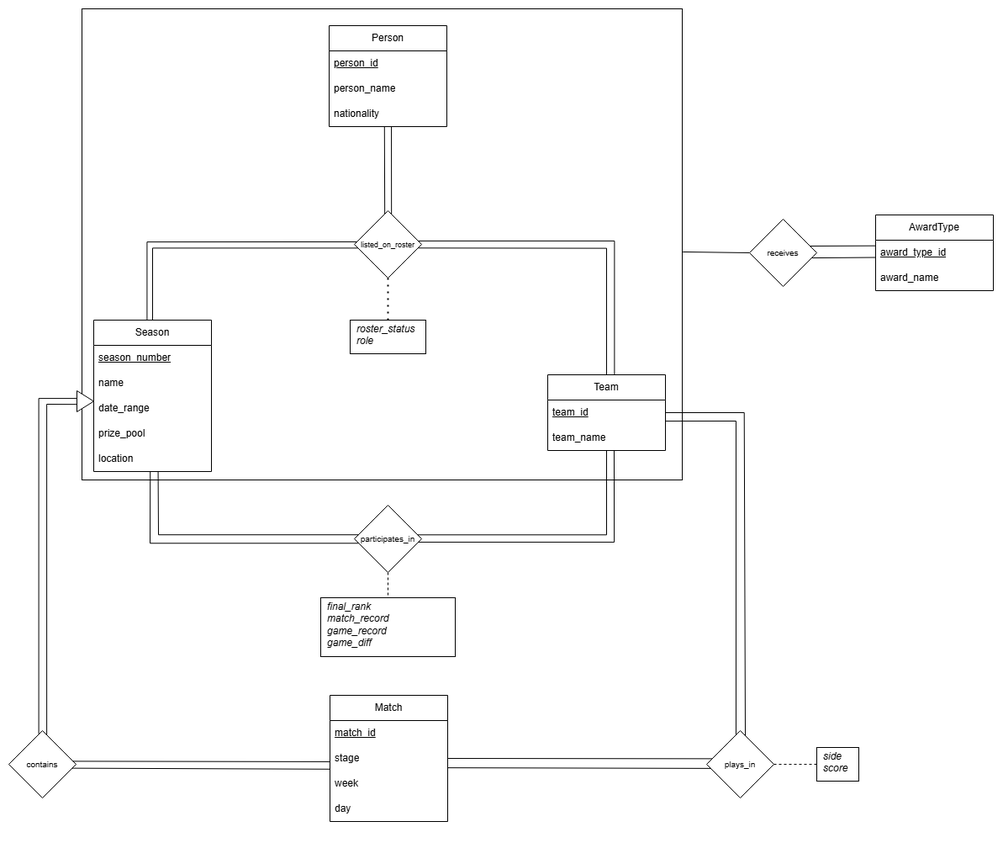
Above: Data Storing/design/MPL Database-ERD.png in fawwazazam/TUGAS_SELEKSI_1_13524070 (draw.io), before the change. Source tidied: cells renumbered, new cells last; positions are measured from the earlier drawing's top-left corner, leaving out a move shared by most shapes.
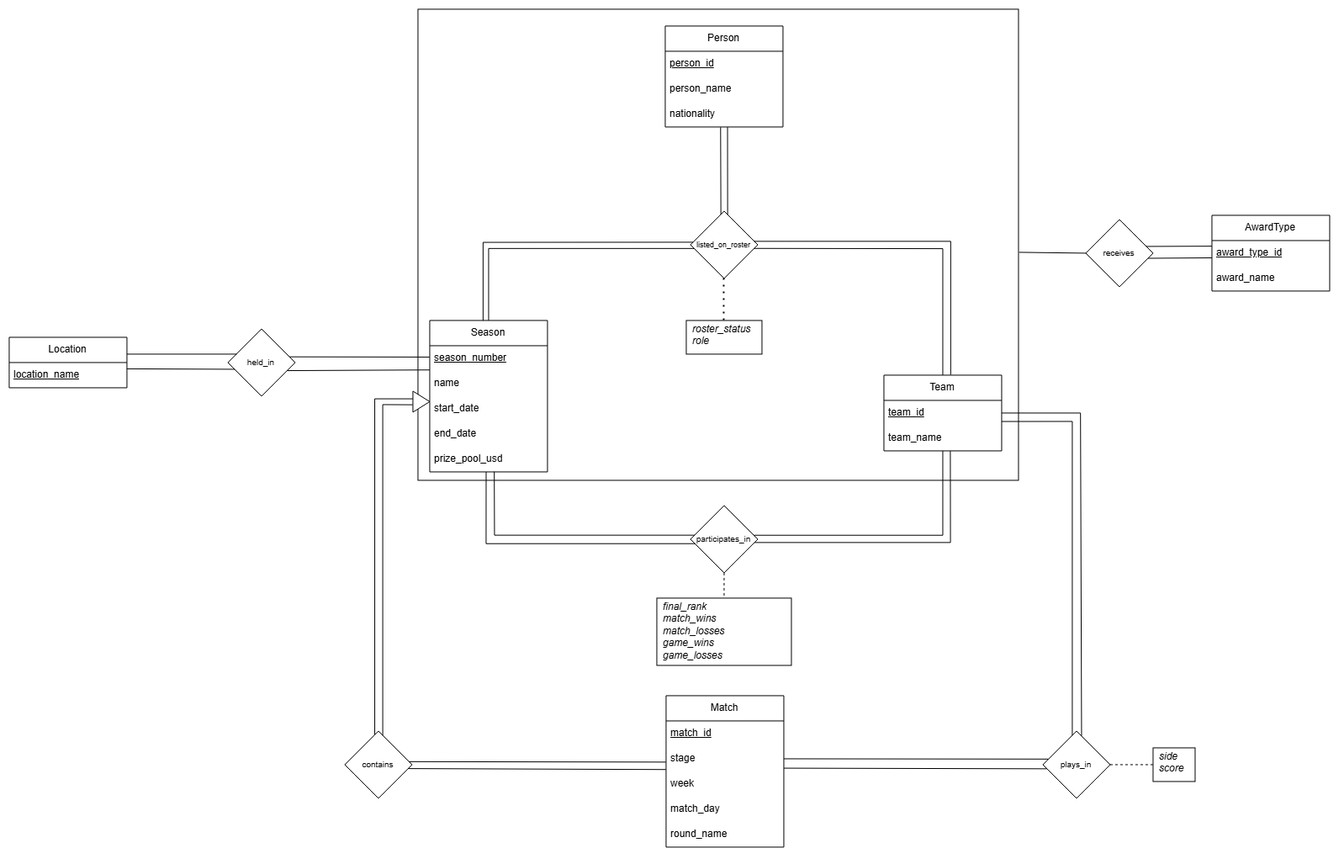
After the commit.

Commit message:
fix: fix ER and relational model diagram

The edit, as a diff of the source:
```diff
@@ -12,7 +12,7 @@
       <mxGeometry x="10" y="10" width="140" height="180" as="geometry" />
     </mxCell>
     <mxCell id="5" value="Match" style="swimlane;fontStyle=0;horizontal=1;startSize=30;whiteSpace=wrap;html=1;" parent="4" vertex="1">
-      <mxGeometry width="140" height="150" as="geometry" />
+      <mxGeometry width="140" height="180" as="geometry" />
     </mxCell>
     <mxCell id="6" value="&lt;u&gt;match_id&lt;/u&gt;" style="text;strokeColor=none;fillColor=none;align=left;verticalAlign=middle;spacingLeft=4;spacingRight=4;overflow=hidden;whiteSpace=wrap;html=1;" parent="5" vertex="1">
       <mxGeometry y="30" width="140" height="30" as="geometry" />
@@ -23,9 +23,12 @@
     <mxCell id="8" value="week" style="text;strokeColor=none;fillColor=none;align=left;verticalAlign=middle;spacingLeft=4;spacingRight=4;overflow=hidden;whiteSpace=wrap;html=1;" parent="5" vertex="1">
       <mxGeometry y="90" width="140" height="30" as="geometry" />
     </mxCell>
-    <mxCell id="9" value="day" style="text;strokeColor=none;fillColor=none;align=left;verticalAlign=middle;spacingLeft=4;spacingRight=4;overflow=hidden;whiteSpace=wrap;html=1;" parent="5" vertex="1">
+    <mxCell id="9" value="match_day" style="text;strokeColor=none;fillColor=none;align=left;verticalAlign=middle;spacingLeft=4;spacingRight=4;overflow=hidden;whiteSpace=wrap;html=1;" parent="5" vertex="1">
       <mxGeometry y="120" width="140" height="30" as="geometry" />
     </mxCell>
+    <mxCell id="59" value="round_name" style="text;strokeColor=none;fillColor=none;align=left;verticalAlign=middle;spacingLeft=4;spacingRight=4;overflow=hidden;whiteSpace=wrap;html=1;" parent="5" vertex="1">
+      <mxGeometry y="150" width="140" height="30" as="geometry" />
+    </mxCell>
     <mxCell id="10" value="AwardType" style="swimlane;fontStyle=0;horizontal=1;startSize=30;whiteSpace=wrap;html=1;" parent="1" vertex="1">
       <mxGeometry x="1031" y="245" width="140" height="90" as="geometry" />
     </mxCell>
@@ -50,7 +53,7 @@
     <mxCell id="17" value="&lt;font style=&quot;font-size: 10px;&quot;&gt;plays_in&lt;/font&gt;" style="rhombus;whiteSpace=wrap;html=1;align=center;" parent="1" vertex="1">
       <mxGeometry x="830" y="858" width="80" height="80" as="geometry" />
     </mxCell>
-    <mxCell id="18" style="endArrow=none;html=1;rounded=0;exitX=1;exitY=0.5;exitDx=0;exitDy=0;entryX=0.08;entryY=0.417;entryDx=0;entryDy=0;entryPerimeter=0;" parent="1" edge="1" source="5" target="17">
+    <mxCell id="18" style="endArrow=none;html=1;rounded=0;exitX=1;exitY=0.5;exitDx=0;exitDy=0;entryX=0.08;entryY=0.417;entryDx=0;entryDy=0;entryPerimeter=0;" parent="1" edge="1" source="7" target="17">
       <mxGeometry relative="1" as="geometry" />
     </mxCell>
     <mxCell id="19" style="endArrow=none;html=1;rounded=0;exitX=1;exitY=0.871;exitDx=0;exitDy=0;exitPerimeter=0;entryX=0.059;entryY=0.561;entryDx=0;entryDy=0;entryPerimeter=0;" parent="1" edge="1" source="7" target="17">
@@ -74,15 +77,15 @@
     <mxCell id="25" value="name" style="text;strokeColor=none;fillColor=none;align=left;verticalAlign=middle;spacingLeft=4;spacingRight=4;overflow=hidden;whiteSpace=wrap;html=1;" parent="23" vertex="1">
       <mxGeometry y="60" width="140" height="30" as="geometry" />
     </mxCell>
-    <mxCell id="26" value="date_range" style="text;strokeColor=none;fillColor=none;align=left;verticalAlign=middle;spacingLeft=4;spacingRight=4;overflow=hidden;whiteSpace=wrap;html=1;" parent="23" vertex="1">
+    <mxCell id="26" value="start_date" style="text;strokeColor=none;fillColor=none;align=left;verticalAlign=middle;spacingLeft=4;spacingRight=4;overflow=hidden;whiteSpace=wrap;html=1;" parent="23" vertex="1">
       <mxGeometry y="90" width="140" height="30" as="geometry" />
     </mxCell>
-    <mxCell id="27" value="prize_pool" style="text;strokeColor=none;fillColor=none;align=left;verticalAlign=middle;spacingLeft=4;spacingRight=4;overflow=hidden;whiteSpace=wrap;html=1;" parent="23" vertex="1">
-      <mxGeometry y="120" width="140" height="30" as="geometry" />
-    </mxCell>
-    <mxCell id="28" value="location" style="text;strokeColor=none;fillColor=none;align=left;verticalAlign=middle;spacingLeft=4;spacingRight=4;overflow=hidden;points=[[0,0.5],[1,0.5]];portConstraint=eastwest;whiteSpace=wrap;html=1;" parent="23" vertex="1">
-      <mxGeometry y="150" width="140" height="30" as="geometry" />
+    <mxCell id="28" value="end_date" style="text;strokeColor=none;fillColor=none;align=left;verticalAlign=middle;spacingLeft=4;spacingRight=4;overflow=hidden;points=[[0,0.5],[1,0.5]];portConstraint=eastwest;whiteSpace=wrap;html=1;" parent="23" vertex="1">
+      <mxGeometry y="120" width="140" height="30" as="geometry" />
     </mxCell>
+    <mxCell id="60" value="prize_pool_usd" style="text;strokeColor=none;fillColor=none;align=left;verticalAlign=middle;spacingLeft=4;spacingRight=4;overflow=hidden;points=[[0,0.5],[1,0.5]];portConstraint=eastwest;whiteSpace=wrap;html=1;" parent="23" vertex="1">
+      <mxGeometry y="150" width="140" height="30" as="geometry" />
+    </mxCell>
     <mxCell id="29" value="Team" style="swimlane;fontStyle=0;horizontal=1;startSize=30;whiteSpace=wrap;html=1;" parent="1" vertex="1">
       <mxGeometry x="641" y="435" width="140" height="90" as="geometry" />
     </mxCell>
@@ -104,13 +107,13 @@
     <mxCell id="35" value="nationality" style="text;strokeColor=none;fillColor=none;align=left;verticalAlign=middle;spacingLeft=4;spacingRight=4;overflow=hidden;points=[[0,0.5],[1,0.5]];portConstraint=eastwest;whiteSpace=wrap;html=1;" parent="32" vertex="1">
       <mxGeometry y="90" width="140" height="30" as="geometry" />
     </mxCell>
-    <mxCell id="36" value="&lt;p style=&quot;margin: 4px 0px 0px;&quot;&gt;&lt;/p&gt;&lt;p style=&quot;text-align: left; margin: 0px 0px 0px 8px;&quot;&gt;&lt;i&gt;final_rank&lt;/i&gt;&lt;/p&gt;&lt;p style=&quot;text-align: left; margin: 0px 0px 0px 8px;&quot;&gt;&lt;i&gt;match_record&lt;/i&gt;&lt;/p&gt;&lt;p style=&quot;text-align: left; margin: 0px 0px 0px 8px;&quot;&gt;&lt;i&gt;game_record&lt;/i&gt;&lt;/p&gt;&lt;p style=&quot;text-align: left; margin: 0px 0px 0px 8px;&quot;&gt;&lt;i&gt;game_diff&lt;/i&gt;&lt;/p&gt;" style="verticalAlign=top;align=center;overflow=fill;html=1;whiteSpace=wrap;" parent="1" vertex="1">
-      <mxGeometry x="371" y="700" width="160" height="70" as="geometry" />
+    <mxCell id="36" value="&lt;p style=&quot;margin: 4px 0px 0px;&quot;&gt;&lt;/p&gt;&lt;p style=&quot;text-align: left; margin: 0px 0px 0px 8px;&quot;&gt;&lt;i&gt;final_rank&lt;/i&gt;&lt;/p&gt;&lt;p style=&quot;text-align: left; margin: 0px 0px 0px 8px;&quot;&gt;&lt;i&gt;match_wins&lt;/i&gt;&lt;/p&gt;&lt;p style=&quot;text-align: left; margin: 0px 0px 0px 8px;&quot;&gt;&lt;i&gt;match_losses&lt;/i&gt;&lt;/p&gt;&lt;p style=&quot;text-align: left; margin: 0px 0px 0px 8px;&quot;&gt;&lt;i&gt;game_wins&lt;/i&gt;&lt;/p&gt;&lt;p style=&quot;text-align: left; margin: 0px 0px 0px 8px;&quot;&gt;&lt;i&gt;game_losses&lt;/i&gt;&lt;/p&gt;" style="verticalAlign=top;align=center;overflow=fill;html=1;whiteSpace=wrap;" parent="1" vertex="1">
+      <mxGeometry x="371" y="700" width="160" height="80" as="geometry" />
     </mxCell>
     <mxCell id="37" value="&lt;font style=&quot;font-size: 10px;&quot;&gt;participates_in&lt;/font&gt;" style="rhombus;whiteSpace=wrap;html=1;align=center;" parent="1" vertex="1">
       <mxGeometry x="411" y="590" width="80" height="80" as="geometry" />
     </mxCell>
-    <mxCell id="38" style="endArrow=none;html=1;rounded=0;entryX=0.062;entryY=0.44;entryDx=0;entryDy=0;entryPerimeter=0;exitX=0.547;exitY=1.013;exitDx=0;exitDy=0;exitPerimeter=0;" parent="1" edge="1" source="28" target="37">
+    <mxCell id="38" style="endArrow=none;html=1;rounded=0;entryX=0.062;entryY=0.44;entryDx=0;entryDy=0;entryPerimeter=0;exitX=0.548;exitY=0.991;exitDx=0;exitDy=0;exitPerimeter=0;" parent="1" edge="1" source="60" target="37">
       <mxGeometry relative="1" as="geometry">
         <Array as="points">
           <mxPoint x="178" y="625.2" />
@@ -120,7 +123,7 @@
     <mxCell id="39" style="endArrow=none;dashed=1;html=1;rounded=0;exitX=0.5;exitY=1;exitDx=0;exitDy=0;entryX=0.5;entryY=0;entryDx=0;entryDy=0;" parent="1" edge="1" source="37" target="36">
       <mxGeometry relative="1" as="geometry" />
     </mxCell>
-    <mxCell id="40" style="endArrow=none;html=1;rounded=0;entryX=0.063;entryY=0.566;entryDx=0;entryDy=0;entryPerimeter=0;exitX=0.48;exitY=0.999;exitDx=0;exitDy=0;exitPerimeter=0;" parent="1" edge="1" source="28" target="37">
+    <mxCell id="40" style="endArrow=none;html=1;rounded=0;entryX=0.063;entryY=0.566;entryDx=0;entryDy=0;entryPerimeter=0;exitX=0.479;exitY=1;exitDx=0;exitDy=0;exitPerimeter=0;" parent="1" edge="1" source="60" target="37">
       <mxGeometry relative="1" as="geometry">
         <Array as="points">
           <mxPoint x="168" y="635.3" />
@@ -221,5 +224,30 @@
         </Array>
       </mxGeometry>
     </mxCell>
+    <mxCell id="61" value="Location" style="swimlane;fontStyle=0;horizontal=1;startSize=30;whiteSpace=wrap;html=1;" parent="1" vertex="1">
+      <mxGeometry x="-399" y="390" width="140" height="60" as="geometry" />
+    </mxCell>
+    <mxCell id="62" value="&lt;u&gt;location_name&lt;/u&gt;" style="text;strokeColor=none;fillColor=none;align=left;verticalAlign=middle;spacingLeft=4;spacingRight=4;overflow=hidden;points=[[0,0.5],[1,0.5]];portConstraint=eastwest;whiteSpace=wrap;html=1;" parent="61" vertex="1">
+      <mxGeometry y="30" width="140" height="30" as="geometry" />
+    </mxCell>
+    <mxCell id="63" value="&lt;font style=&quot;font-size: 10px;&quot;&gt;held_in&lt;/font&gt;" style="rhombus;whiteSpace=wrap;html=1;align=center;" parent="1" vertex="1">
+      <mxGeometry x="-139" y="380" width="80" height="80" as="geometry" />
+    </mxCell>
+    <mxCell id="64" style="endArrow=none;html=1;rounded=0;entryX=0.877;entryY=0.62;entryDx=0;entryDy=0;entryPerimeter=0;" parent="1" edge="1" target="63">
+      <mxGeometry relative="1" as="geometry">
+        <mxPoint x="101" y="428.8" as="sourcePoint" />
+      </mxGeometry>
+    </mxCell>
+    <mxCell id="65" style="endArrow=none;html=1;rounded=0;exitX=0.915;exitY=0.415;exitDx=0;exitDy=0;exitPerimeter=0;entryX=-0.001;entryY=0.45;entryDx=0;entryDy=0;entryPerimeter=0;" parent="1" edge="1" source="63" target="24">
+      <mxGeometry relative="1" as="geometry" />
+    </mxCell>
+    <mxCell id="66" style="endArrow=none;html=1;rounded=0;entryX=0.131;entryY=0.375;entryDx=0;entryDy=0;entryPerimeter=0;" parent="1" edge="1" target="63">
+      <mxGeometry relative="1" as="geometry">
+        <mxPoint x="-259" y="410" as="sourcePoint" />
+      </mxGeometry>
+    </mxCell>
+    <mxCell id="67" style="endArrow=none;html=1;rounded=0;exitX=0.999;exitY=0.249;exitDx=0;exitDy=0;exitPerimeter=0;entryX=0.103;entryY=0.6;entryDx=0;entryDy=0;entryPerimeter=0;" parent="1" edge="1" source="62" target="63">
+      <mxGeometry relative="1" as="geometry" />
+    </mxCell>
   </root>
 </mxGraphModel>
```
